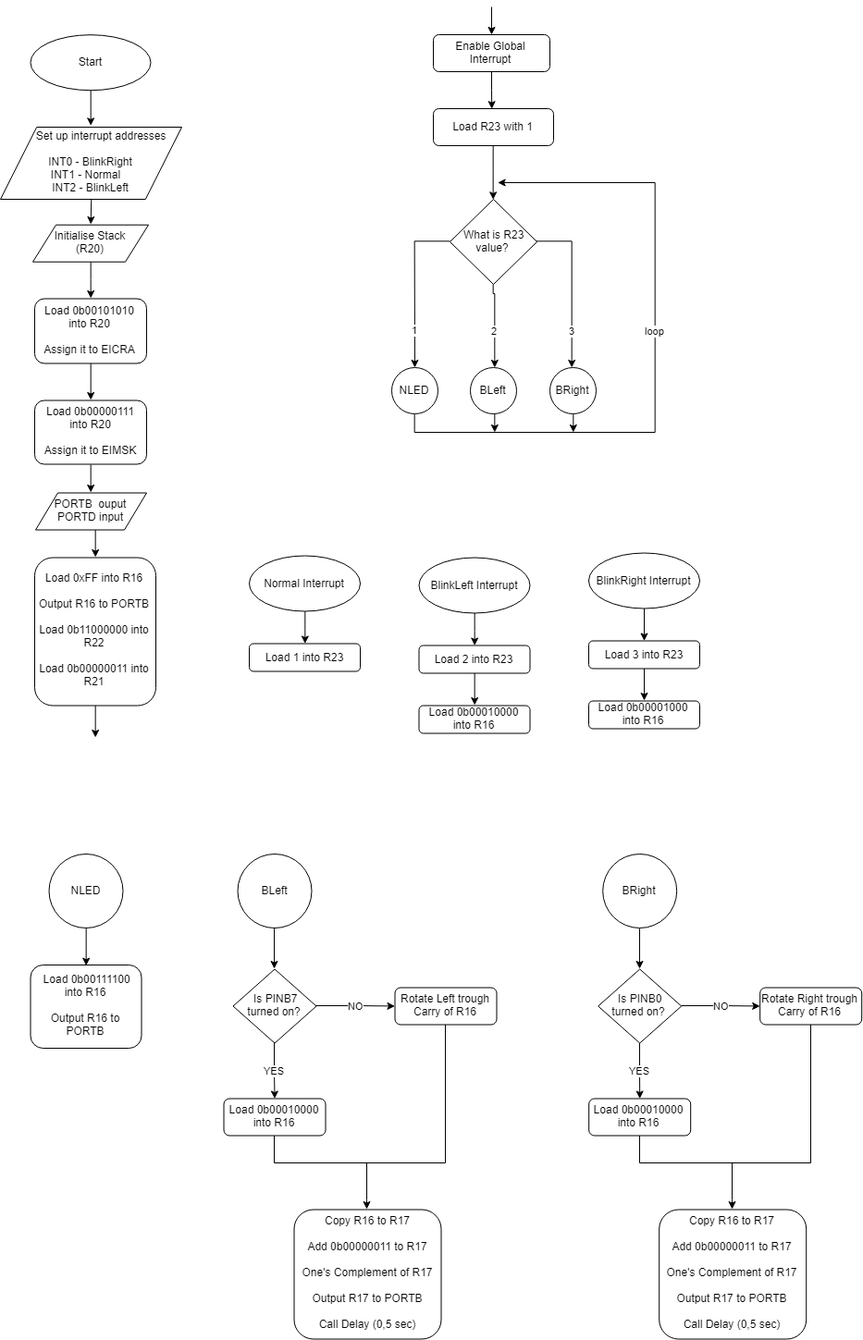
lg222sv/1DT301 keeps this draw.io diagram as LAB3/Flowchatrs/TASK3.png. Above is the earlier version. Source tidied: cells renumbered, new cells last; positions are measured from the earlier drawing's top-left corner, leaving out a move shared by most shapes.
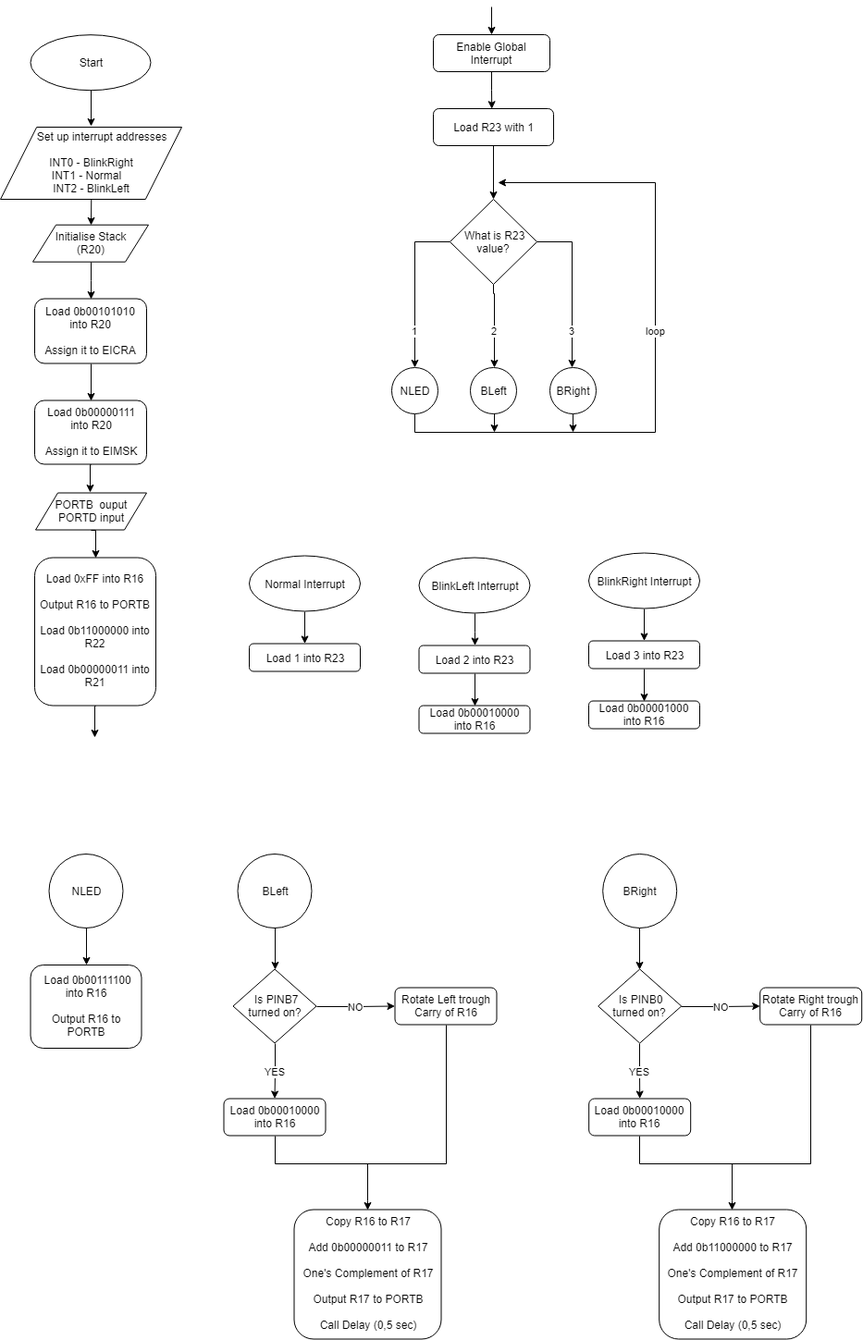
Above is the later version.

What changed in the source:
```diff
@@ -264,7 +264,7 @@
     <mxCell id="65" value="Load 0b00010000 into R16" style="rounded=1;whiteSpace=wrap;html=1;" parent="1" vertex="1">
       <mxGeometry x="636.2" y="1180.5" width="110" height="40" as="geometry" />
     </mxCell>
-    <mxCell id="66" value="Copy R16 to R17&lt;br&gt;&lt;br&gt;Add 0b00000011 to R17&lt;br&gt;&lt;br&gt;One's Complement of R17&lt;br&gt;&lt;br&gt;Output R17 to PORTB&lt;br&gt;&lt;br&gt;Call Delay (0,5 sec)" style="rounded=1;whiteSpace=wrap;html=1;" parent="1" vertex="1">
+    <mxCell id="66" value="Copy R16 to R17&lt;br&gt;&lt;br&gt;Add 0b11000000 to R17&lt;br&gt;&lt;br&gt;One's Complement of R17&lt;br&gt;&lt;br&gt;Output R17 to PORTB&lt;br&gt;&lt;br&gt;Call Delay (0,5 sec)" style="rounded=1;whiteSpace=wrap;html=1;" parent="1" vertex="1">
       <mxGeometry x="712.2" y="1300.5" width="159" height="140" as="geometry" />
     </mxCell>
   </root>
```
